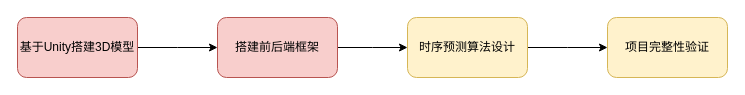
Kakoyi945/cloud keeps this draw.io diagram as 毕设实现流程图.drawio. Above is the earlier version. Source tidied: cells renumbered, new cells numbered last; positions are measured from the earlier drawing's top-left corner, leaving out a move shared by most shapes. Both pictures are drawn from the tidied source at 100%, with x=0, y=0 at pixel (17, 17).
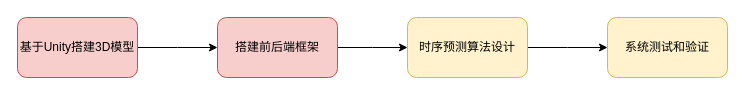
After the change.

Commit message (it also covers changes not shown here):
更新毕设实现流程图.drawio

What changed in the source:
```diff
@@
 <mxGraphModel>
   <root>
     <mxCell id="0" />
     <mxCell id="1" parent="0" />
     <mxCell id="2" style="edgeStyle=orthogonalEdgeStyle;rounded=0;jettySize=auto;html=1;exitX=1;exitY=0.5;exitDx=0;exitDy=0;" parent="1" edge="1" source="3">
       <mxGeometry relative="1" as="geometry">
         <mxPoint x="200" y="30" as="targetPoint" />
       </mxGeometry>
     </mxCell>
     <mxCell id="3" value="基于Unity搭建3D模型" style="rounded=1;whiteSpace=wrap;html=1;fillColor=#f8cecc;strokeColor=#b85450;" parent="1" vertex="1">
       <mxGeometry width="120" height="60" as="geometry" />
     </mxCell>
     <mxCell id="4" style="edgeStyle=orthogonalEdgeStyle;rounded=0;jettySize=auto;html=1;" parent="1" edge="1" source="5">
       <mxGeometry relative="1" as="geometry">
         <mxPoint x="390" y="30" as="targetPoint" />
       </mxGeometry>
     </mxCell>
     <mxCell id="5" value="搭建前后端框架" style="rounded=1;whiteSpace=wrap;html=1;fillColor=#f8cecc;strokeColor=#b85450;" parent="1" vertex="1">
       <mxGeometry x="200" width="120" height="60" as="geometry" />
     </mxCell>
     <mxCell id="6" style="edgeStyle=orthogonalEdgeStyle;rounded=0;jettySize=auto;html=1;" parent="1" edge="1" source="7">
       <mxGeometry relative="1" as="geometry">
         <mxPoint x="590" y="30" as="targetPoint" />
       </mxGeometry>
     </mxCell>
     <mxCell id="7" value="时序预测算法设计" style="rounded=1;whiteSpace=wrap;html=1;fillColor=#fff2cc;strokeColor=#d6b656;" parent="1" vertex="1">
       <mxGeometry x="390" width="120" height="60" as="geometry" />
     </mxCell>
-    <mxCell id="8" value="项目完整性验证" style="rounded=1;whiteSpace=wrap;html=1;fillColor=#fff2cc;strokeColor=#d6b656;" parent="1" vertex="1">
+    <mxCell id="8" value="系统测试和验证" style="rounded=1;whiteSpace=wrap;html=1;fillColor=#fff2cc;strokeColor=#d6b656;" parent="1" vertex="1">
       <mxGeometry x="590" width="120" height="60" as="geometry" />
     </mxCell>
   </root>
 </mxGraphModel>
```
